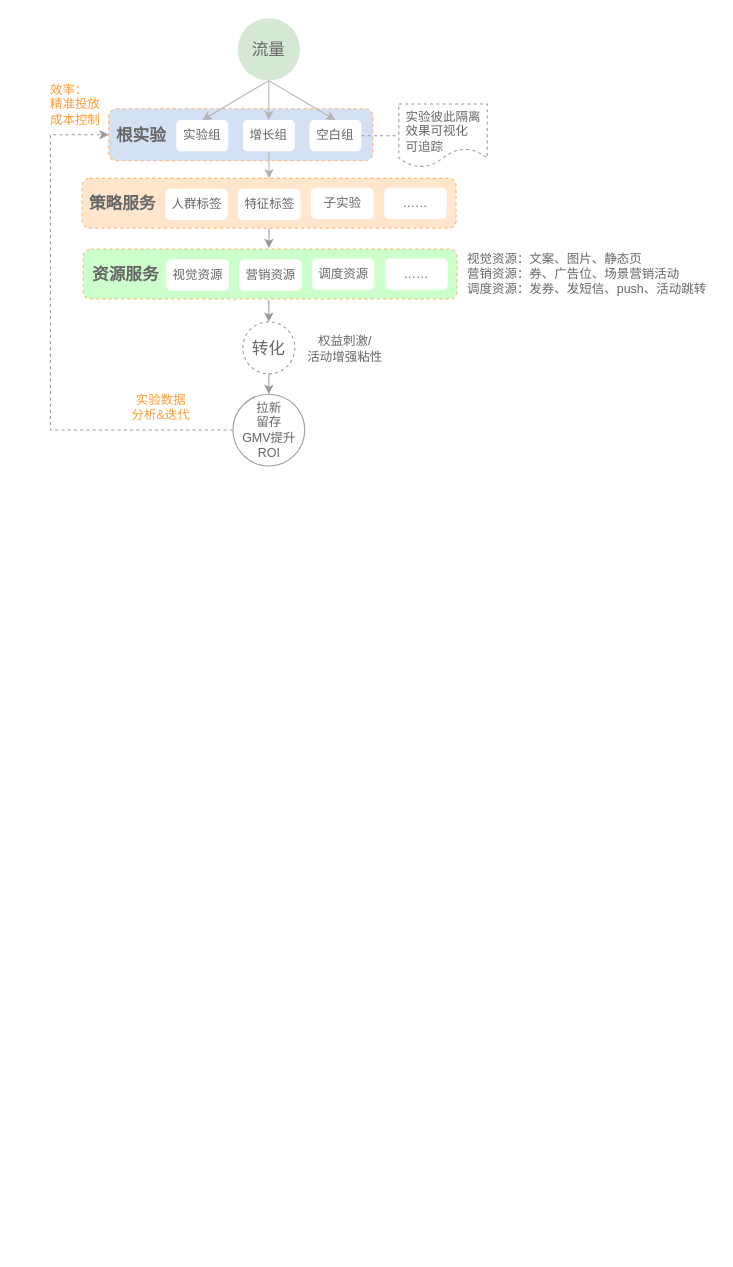
Above: page "流量决策中心" (7 of 7) of new.drawio in githubzhouwen/hello-world (draw.io), before the change. Source tidied: cells renumbered, new cells numbered last; positions are measured from the earlier drawing's top-left corner, leaving out a move shared by most shapes. Both pictures are drawn from the tidied source at 104%, with x=0, y=0 at pixel (48, 18).
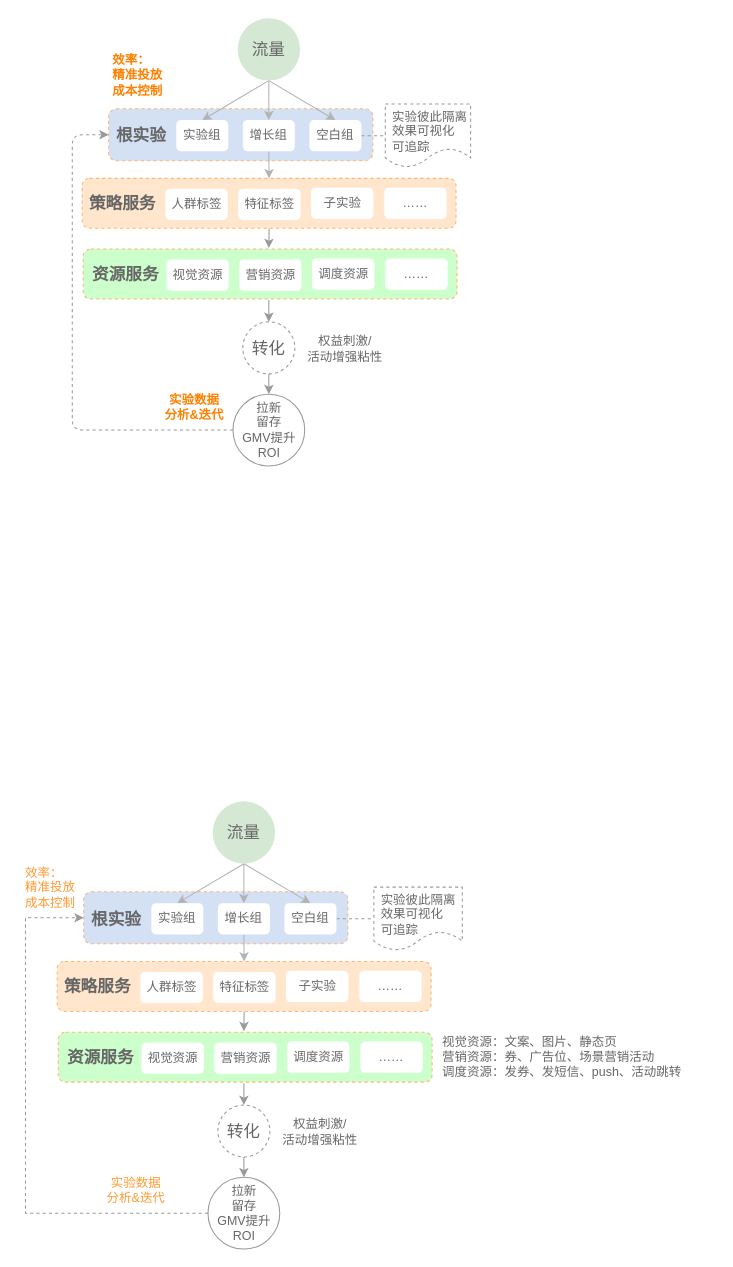
Above is the later version.

Unchanged cells that the change refers to:
```xml
<mxCell id="2" style="whiteSpace=wrap;html=1;rounded=1;dashed=1;strokeColor=#FFB570;align=left;fontColor=#666666;fillColor=#D4E1F5;" parent="1" vertex="1">
  <mxGeometry x="58" y="87" width="254" height="50" as="geometry" />
</mxCell>
<mxCell id="12" value="拉新&lt;br style=&quot;font-size: 12px;&quot;&gt;留存&lt;br style=&quot;font-size: 12px;&quot;&gt;GMV提升&lt;br style=&quot;font-size: 12px;&quot;&gt;ROI" style="ellipse;whiteSpace=wrap;html=1;fontSize=12;strokeColor=#999999;fontColor=#666666;" parent="1" vertex="1">
  <mxGeometry x="177.5" y="361.5" width="69" height="69" as="geometry" />
</mxCell>
```

What changed in the source:
```diff
@@
-    <mxCell id="11" style="edgeStyle=orthogonalEdgeStyle;rounded=0;jettySize=auto;html=1;labelBackgroundColor=none;fontSize=16;exitX=0;exitY=0.5;exitDx=0;exitDy=0;strokeColor=#999999;fontColor=#666666;dashed=1;entryX=0;entryY=0.5;entryDx=0;entryDy=0;" parent="1" edge="1" source="12" target="2">
+    <mxCell id="11" style="edgeStyle=orthogonalEdgeStyle;rounded=1;jettySize=auto;html=1;labelBackgroundColor=none;fontSize=16;exitX=0;exitY=0.5;exitDx=0;exitDy=0;strokeColor=#999999;fontColor=#666666;dashed=1;entryX=0;entryY=0.5;entryDx=0;entryDy=0;" parent="1" edge="1" source="12" target="2">
       <mxGeometry relative="1" as="geometry">
         <Array as="points">
-          <mxPoint x="2" y="396" />
-          <mxPoint x="2" y="112" />
+          <mxPoint x="23" y="396" />
+          <mxPoint x="23" y="112" />
         </Array>
       </mxGeometry>
     </mxCell>
@@
     <mxCell id="13" value="实验彼此隔离&lt;br style=&quot;font-size: 12px;&quot;&gt;效果可视化&lt;br style=&quot;font-size: 12px;&quot;&gt;可追踪" style="shape=document;whiteSpace=wrap;html=1;boundedLbl=1;fontSize=12;strokeColor=#999999;dashed=1;fontColor=#666666;align=left;spacingTop=10;spacingLeft=5;fillColor=none;" parent="1" vertex="1">
-      <mxGeometry x="337" y="82.5" width="85" height="61" as="geometry" />
+      <mxGeometry x="324" y="82.5" width="82" height="61" as="geometry" />
     </mxCell>
-    <mxCell id="14" value="效率：&lt;br style=&quot;font-size: 12px;&quot;&gt;精准投放&lt;br style=&quot;font-size: 12px;&quot;&gt;成本控制" style="text;html=1;align=left;verticalAlign=middle;strokeColor=none;fontSize=12;fontColor=#FF9933;" parent="1" vertex="1">
-      <mxGeometry y="60" width="58" height="46" as="geometry" />
+    <mxCell id="14" value="效率：&lt;br style=&quot;font-size: 12px;&quot;&gt;精准投放&lt;br style=&quot;font-size: 12px;&quot;&gt;成本控制" style="text;html=1;align=left;verticalAlign=middle;strokeColor=none;fontSize=12;fontColor=#FF8000;fontStyle=1;" parent="1" vertex="1">
+      <mxGeometry x="60" y="32" width="58" height="46" as="geometry" />
     </mxCell>
@@
-    <mxCell id="16" value="实验&lt;font style=&quot;font-size: 12px;&quot;&gt;数据&lt;br style=&quot;font-size: 12px;&quot;&gt;&lt;/font&gt;分析&amp;amp;迭代" style="text;html=1;align=center;verticalAlign=middle;strokeColor=none;fontSize=12;fontColor=#FF9933;" parent="1" vertex="1">
-      <mxGeometry x="75" y="357.5" width="66" height="32" as="geometry" />
+    <mxCell id="16" value="实验&lt;font style=&quot;font-size: 12px;&quot;&gt;数据&lt;br style=&quot;font-size: 12px;&quot;&gt;&lt;/font&gt;分析&amp;amp;迭代" style="text;html=1;align=center;verticalAlign=middle;strokeColor=none;fontSize=12;fontColor=#FF8000;fontStyle=1;" parent="1" vertex="1">
+      <mxGeometry x="106.5" y="358" width="67" height="32" as="geometry" />
     </mxCell>
@@
+    <mxCell id="39" style="whiteSpace=wrap;html=1;rounded=1;dashed=1;strokeColor=#FFB570;align=left;fontColor=#666666;fillColor=#D4E1F5;" parent="1" vertex="1">
+      <mxGeometry x="34" y="840" width="254" height="50" as="geometry" />
+    </mxCell>
+    <mxCell id="40" style="rounded=0;jettySize=auto;html=1;labelBackgroundColor=none;fontSize=16;strokeColor=#B3B3B3;entryX=0.5;entryY=0;entryDx=0;entryDy=0;fontColor=#CCCCCC;exitX=0.5;exitY=1;exitDx=0;exitDy=0;" parent="1" edge="1" source="43" target="56">
+      <mxGeometry relative="1" as="geometry" />
+    </mxCell>
+    <mxCell id="41" style="edgeStyle=orthogonalEdgeStyle;rounded=0;jettySize=auto;html=1;strokeColor=#B3B3B3;entryX=0.5;entryY=0;entryDx=0;entryDy=0;fontColor=#CCCCCC;" parent="1" edge="1" source="43" target="57">
+      <mxGeometry relative="1" as="geometry" />
+    </mxCell>
+    <mxCell id="42" style="rounded=0;jettySize=auto;html=1;entryX=0.5;entryY=0;entryDx=0;entryDy=0;exitX=0.5;exitY=1;exitDx=0;exitDy=0;strokeColor=#B3B3B3;fontColor=#CCCCCC;" parent="1" edge="1" source="43" target="58">
+      <mxGeometry relative="1" as="geometry" />
+    </mxCell>
+    <mxCell id="43" value="流量" style="ellipse;whiteSpace=wrap;html=1;fontSize=16;fillColor=#d5e8d4;strokeColor=none;fontColor=#666666;" parent="1" vertex="1">
+      <mxGeometry x="158" y="753" width="60" height="60" as="geometry" />
+    </mxCell>
+    <mxCell id="44" style="edgeStyle=none;rounded=0;jettySize=auto;html=1;labelBackgroundColor=none;fontSize=16;entryX=0.5;entryY=0;entryDx=0;entryDy=0;strokeColor=#999999;fontColor=#666666;" parent="1" edge="1" source="46" target="49">
+      <mxGeometry relative="1" as="geometry" />
+    </mxCell>
+    <mxCell id="45" value="权益刺激/&lt;br style=&quot;font-size: 12px;&quot;&gt;活动增强粘性" style="edgeLabel;html=1;align=center;verticalAlign=middle;fontSize=12;labelBackgroundColor=none;fontColor=#666666;" parent="44" vertex="1">
+      <mxGeometry x="-0.17" y="3" relative="1" as="geometry">
+        <mxPoint x="69" y="-33" as="offset" />
+      </mxGeometry>
+    </mxCell>
+    <mxCell id="46" value="转化" style="ellipse;whiteSpace=wrap;html=1;fontSize=16;strokeColor=#999999;dashed=1;fontColor=#666666;" parent="1" vertex="1">
+      <mxGeometry x="163" y="1045" width="50" height="50" as="geometry" />
+    </mxCell>
+    <mxCell id="47" style="edgeStyle=none;rounded=0;jettySize=auto;html=1;labelBackgroundColor=none;fontSize=16;strokeColor=#999999;endArrow=none;endFill=0;dashed=1;fontColor=#666666;exitX=1;exitY=0.5;exitDx=0;exitDy=0;" parent="1" edge="1" source="58" target="50">
+      <mxGeometry relative="1" as="geometry" />
+    </mxCell>
+    <mxCell id="48" style="edgeStyle=orthogonalEdgeStyle;rounded=0;jettySize=auto;html=1;labelBackgroundColor=none;fontSize=16;exitX=0;exitY=0.5;exitDx=0;exitDy=0;strokeColor=#999999;fontColor=#666666;dashed=1;entryX=0;entryY=0.5;entryDx=0;entryDy=0;" parent="1" edge="1" source="49" target="39">
+      <mxGeometry relative="1" as="geometry">
+        <Array as="points">
+          <mxPoint x="-22" y="1149" />
+          <mxPoint x="-22" y="865" />
+        </Array>
+      </mxGeometry>
+    </mxCell>
+    <mxCell id="49" value="拉新&lt;br style=&quot;font-size: 12px;&quot;&gt;留存&lt;br style=&quot;font-size: 12px;&quot;&gt;GMV提升&lt;br style=&quot;font-size: 12px;&quot;&gt;ROI" style="ellipse;whiteSpace=wrap;html=1;fontSize=12;strokeColor=#999999;fontColor=#666666;" parent="1" vertex="1">
+      <mxGeometry x="153.5" y="1114.5" width="69" height="69" as="geometry" />
+    </mxCell>
+    <mxCell id="50" value="实验彼此隔离&lt;br style=&quot;font-size: 12px;&quot;&gt;效果可视化&lt;br style=&quot;font-size: 12px;&quot;&gt;可追踪" style="shape=document;whiteSpace=wrap;html=1;boundedLbl=1;fontSize=12;strokeColor=#999999;dashed=1;fontColor=#666666;align=left;spacingTop=10;spacingLeft=5;fillColor=none;" parent="1" vertex="1">
+      <mxGeometry x="313" y="835.5" width="85" height="61" as="geometry" />
+    </mxCell>
+    <mxCell id="51" value="效率：&lt;br style=&quot;font-size: 12px;&quot;&gt;精准投放&lt;br style=&quot;font-size: 12px;&quot;&gt;成本控制" style="text;html=1;align=left;verticalAlign=middle;strokeColor=none;fontSize=12;fontColor=#FF9933;" parent="1" vertex="1">
+      <mxGeometry x="-24" y="813" width="58" height="46" as="geometry" />
+    </mxCell>
+    <mxCell id="52" style="edgeStyle=none;rounded=0;jettySize=auto;html=1;labelBackgroundColor=none;fontSize=16;strokeColor=#999999;entryX=0.5;entryY=0;entryDx=0;entryDy=0;fontColor=#666666;" parent="1" edge="1" target="46">
+      <mxGeometry relative="1" as="geometry">
+        <mxPoint x="188" y="1024" as="sourcePoint" />
+      </mxGeometry>
+    </mxCell>
+    <mxCell id="53" value="实验&lt;font style=&quot;font-size: 12px;&quot;&gt;数据&lt;br style=&quot;font-size: 12px;&quot;&gt;&lt;/font&gt;分析&amp;amp;迭代" style="text;html=1;align=center;verticalAlign=middle;strokeColor=none;fontSize=12;fontColor=#FF9933;" parent="1" vertex="1">
+      <mxGeometry x="51" y="1110.5" width="66" height="32" as="geometry" />
+    </mxCell>
+    <mxCell id="54" style="edgeStyle=orthogonalEdgeStyle;rounded=0;jettySize=auto;html=1;labelBackgroundColor=none;fontSize=16;fontColor=#FF9933;endArrow=none;endFill=0;strokeColor=#999999;startArrow=classic;startFill=1;entryX=0.5;entryY=1;entryDx=0;entryDy=0;" parent="1" edge="1" target="62">
+      <mxGeometry relative="1" as="geometry">
+        <mxPoint x="188" y="974" as="sourcePoint" />
+      </mxGeometry>
+    </mxCell>
+    <mxCell id="55" style="edgeStyle=orthogonalEdgeStyle;curved=1;rounded=0;jettySize=auto;html=1;strokeColor=#B3B3B3;exitX=0.5;exitY=1;exitDx=0;exitDy=0;endArrow=classic;endFill=1;entryX=0.5;entryY=0;entryDx=0;entryDy=0;" parent="1" edge="1" source="57" target="62">
+      <mxGeometry relative="1" as="geometry" />
+    </mxCell>
+    <mxCell id="56" value="实验组" style="whiteSpace=wrap;html=1;rounded=1;dashed=1;strokeColor=none;align=center;fontColor=#666666;" parent="1" vertex="1">
+      <mxGeometry x="99" y="851" width="50" height="30" as="geometry" />
+    </mxCell>
+    <mxCell id="57" value="增长组" style="whiteSpace=wrap;html=1;rounded=1;dashed=1;strokeColor=none;align=center;fontColor=#666666;" parent="1" vertex="1">
+      <mxGeometry x="163" y="851" width="50" height="30" as="geometry" />
+    </mxCell>
+    <mxCell id="58" value="空白组" style="whiteSpace=wrap;html=1;rounded=1;dashed=1;strokeColor=none;align=center;fontColor=#666666;" parent="1" vertex="1">
+      <mxGeometry x="227" y="851" width="50" height="30" as="geometry" />
+    </mxCell>
+    <mxCell id="59" value="根实验" style="text;html=1;align=center;verticalAlign=middle;strokeColor=none;fillColor=none;fontSize=16;fontColor=#666666;fontStyle=1;" parent="1" vertex="1">
+      <mxGeometry x="36" y="854.5" width="58" height="23" as="geometry" />
+    </mxCell>
+    <mxCell id="60" style="group;" parent="1" vertex="1">
+      <mxGeometry x="8.5" y="907" width="359.5" height="48" as="geometry" />
+    </mxCell>
+    <mxCell id="61" style="group;fillColor=default;" parent="60" vertex="1">
+      <mxGeometry width="355" height="48" as="geometry" />
+    </mxCell>
+    <mxCell id="62" style="whiteSpace=wrap;html=1;rounded=1;dashed=1;strokeColor=#FFB570;align=left;fontColor=#666666;fillColor=#FFE6CC;" parent="60" vertex="1">
+      <mxGeometry width="359.5" height="48" as="geometry" />
+    </mxCell>
+    <mxCell id="63" value="人群标签" style="whiteSpace=wrap;html=1;rounded=1;dashed=1;strokeColor=none;align=center;fontColor=#666666;" parent="60" vertex="1">
+      <mxGeometry x="80" y="10" width="60" height="30" as="geometry" />
+    </mxCell>
+    <mxCell id="64" value="策略服务" style="text;html=1;align=center;verticalAlign=middle;strokeColor=none;fillColor=none;fontSize=16;fontColor=#666666;fontStyle=1;" parent="60" vertex="1">
+      <mxGeometry x="1" y="12.5" width="74" height="23" as="geometry" />
+    </mxCell>
+    <mxCell id="65" value="特征标签" style="whiteSpace=wrap;html=1;rounded=1;dashed=1;strokeColor=none;align=center;fontColor=#666666;" parent="60" vertex="1">
+      <mxGeometry x="150" y="10" width="60" height="30" as="geometry" />
+    </mxCell>
+    <mxCell id="66" value="子实验" style="whiteSpace=wrap;html=1;rounded=1;dashed=1;strokeColor=none;align=center;fontColor=#666666;" parent="60" vertex="1">
+      <mxGeometry x="220" y="9" width="60" height="30" as="geometry" />
+    </mxCell>
+    <mxCell id="67" value="……" style="whiteSpace=wrap;html=1;rounded=1;dashed=1;strokeColor=none;align=center;fontColor=#666666;" parent="60" vertex="1">
+      <mxGeometry x="290.5" y="9" width="60" height="30" as="geometry" />
+    </mxCell>
+    <mxCell id="68" style="group;fillColor=default;" parent="1" vertex="1">
+      <mxGeometry x="9.5" y="975" width="355" height="48" as="geometry" />
+    </mxCell>
+    <mxCell id="69" style="whiteSpace=wrap;html=1;rounded=1;dashed=1;strokeColor=#FFB570;align=left;fontColor=#666666;fillColor=#CCFFCC;" parent="1" vertex="1">
+      <mxGeometry x="9.5" y="975" width="359.5" height="48" as="geometry" />
+    </mxCell>
+    <mxCell id="70" value="视觉资源" style="whiteSpace=wrap;html=1;rounded=1;dashed=1;strokeColor=none;align=center;fontColor=#666666;" parent="1" vertex="1">
+      <mxGeometry x="89.5" y="985" width="60" height="30" as="geometry" />
+    </mxCell>
+    <mxCell id="71" value="资源服务" style="text;html=1;align=center;verticalAlign=middle;strokeColor=none;fillColor=none;fontSize=16;fontColor=#666666;fontStyle=1;" parent="1" vertex="1">
+      <mxGeometry x="12.5" y="987.5" width="74" height="23" as="geometry" />
+    </mxCell>
+    <mxCell id="72" value="营销资源" style="whiteSpace=wrap;html=1;rounded=1;dashed=1;strokeColor=none;align=center;fontColor=#666666;" parent="1" vertex="1">
+      <mxGeometry x="159.5" y="985" width="60" height="30" as="geometry" />
+    </mxCell>
+    <mxCell id="73" value="调度资源" style="whiteSpace=wrap;html=1;rounded=1;dashed=1;strokeColor=none;align=center;fontColor=#666666;" parent="1" vertex="1">
+      <mxGeometry x="229.5" y="984" width="60" height="30" as="geometry" />
+    </mxCell>
+    <mxCell id="74" value="……" style="whiteSpace=wrap;html=1;rounded=1;dashed=1;strokeColor=none;align=center;fontColor=#666666;" parent="1" vertex="1">
+      <mxGeometry x="300" y="984" width="60" height="30" as="geometry" />
+    </mxCell>
     <mxCell id="38" value="视觉资源：文案、图片、静态页&lt;br style=&quot;font-size: 12px&quot;&gt;营销资源：券、广告位、场景营销活动&lt;br style=&quot;font-size: 12px&quot;&gt;调度资源：发券、发短信、push、活动跳转" style="text;html=1;align=left;verticalAlign=middle;strokeColor=none;fillColor=none;fontSize=12;fontColor=#666666;" parent="1" vertex="1">
-      <mxGeometry x="401" y="223" width="240" height="46" as="geometry" />
+      <mxGeometry x="377" y="976" width="240" height="46" as="geometry" />
     </mxCell>
```
